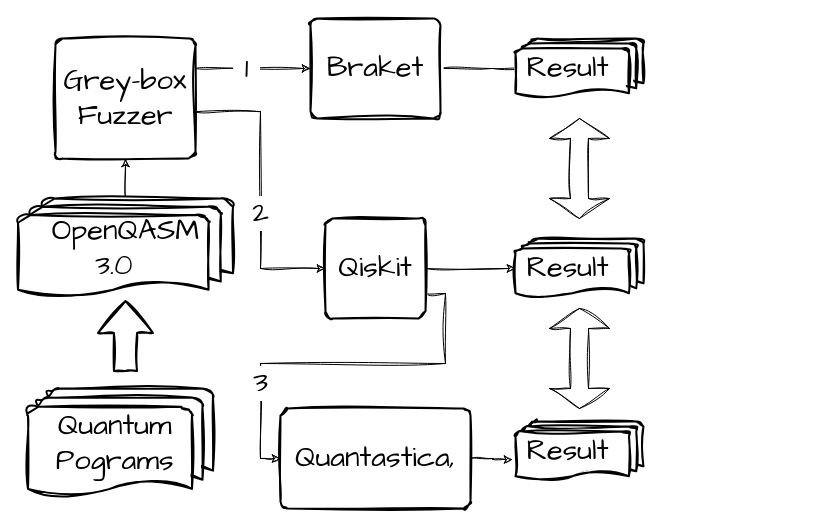
Earlier version of the draw.io diagram fuzzingQuantum.drawio (GloC99/diagrams). Source tidied: cells renumbered, new cells numbered last; positions are measured from the earlier drawing's top-left corner, leaving out a move shared by most shapes. Both pictures are drawn from the tidied source at 100%, with x=0, y=0 at pixel (17, 18).
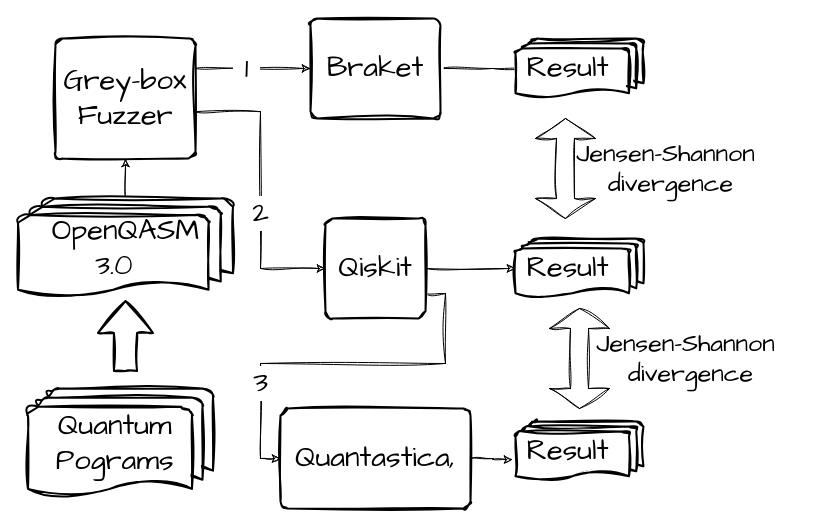
The same page after the edit.

What changed in the source:
```diff
@@
     <mxCell id="22" style="shape=doubleArrow;direction=south;whiteSpace=wrap;html=1;sketch=1;hachureGap=4;jiggle=2;curveFitting=1;fontFamily=Architects Daughter;fontStyle=0;fontSize=29;" parent="1" vertex="1">
-      <mxGeometry x="532" y="100" width="60" height="100" as="geometry" />
+      <mxGeometry x="518" y="100" width="60" height="100" as="geometry" />
     </mxCell>
@@
+    <mxCell id="24" value="&lt;font style=&quot;font-size: 25px;&quot;&gt;Jensen-Shannon&amp;nbsp;&lt;/font&gt;&lt;div&gt;&lt;font style=&quot;font-size: 25px;&quot;&gt;divergence&lt;/font&gt;&lt;/div&gt;" style="text;html=1;align=center;verticalAlign=middle;strokeColor=none;fillColor=none;fontFamily=Architects Daughter;" parent="1" vertex="1">
+      <mxGeometry x="548" y="115" width="210" height="70" as="geometry" />
+    </mxCell>
+    <mxCell id="25" value="&lt;font style=&quot;font-size: 25px;&quot;&gt;Jensen-Shannon&amp;nbsp;&lt;/font&gt;&lt;div&gt;&lt;font style=&quot;font-size: 25px;&quot;&gt;divergence&lt;/font&gt;&lt;/div&gt;" style="text;html=1;align=center;verticalAlign=middle;strokeColor=none;fillColor=none;fontFamily=Architects Daughter;" parent="1" vertex="1">
+      <mxGeometry x="568" y="305" width="210" height="70" as="geometry" />
+    </mxCell>
```
